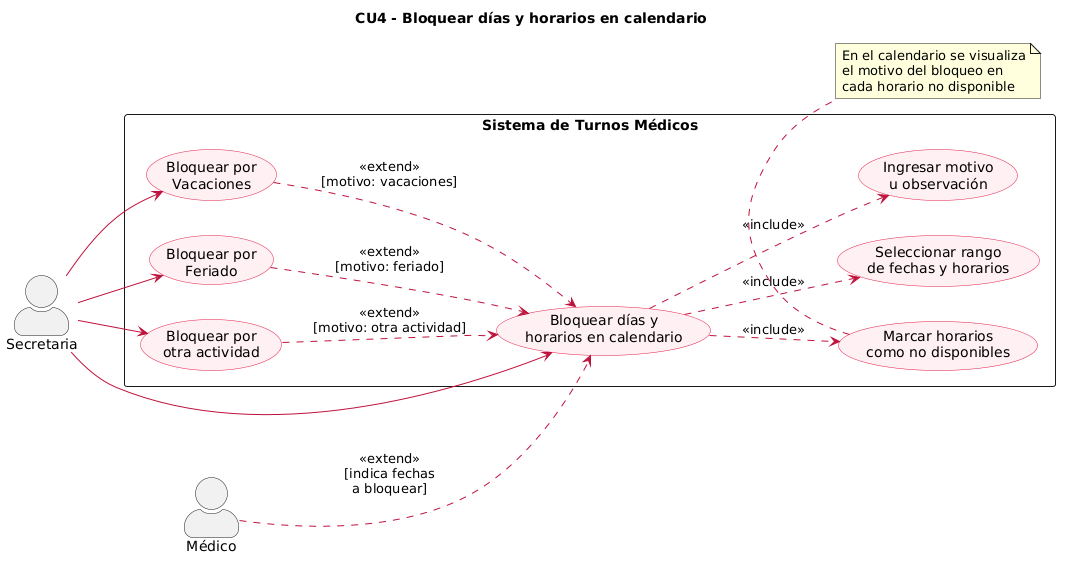
Earlier version of the PlantUML export diagramas/02-casos-de-uso/02-caso-uso-bloquear-horarios-04.png (angelgc9107-lgtm/SistemaTurnosMedicos_GP6).
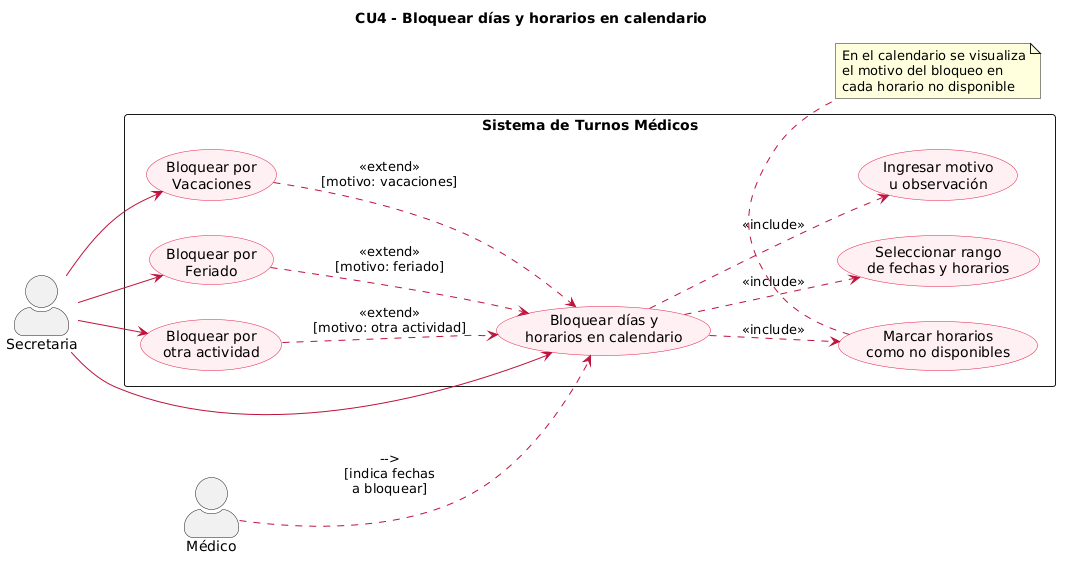
The same file after the commit.

Commit message:
Commit - cambios en diagramas de casos de uso & changelog.md

Change to the diagram source:
```diff
@@ -35,7 +35,7 @@
 
 }
 
-MED ..> CU4     : <<extend>>\n[indica fechas\na bloquear]
+MED ..> CU4     : -->\n[indica fechas\na bloquear]
 SEC --> CU4
 SEC --> CU4_EXT1
 SEC --> CU4_EXT2
```
